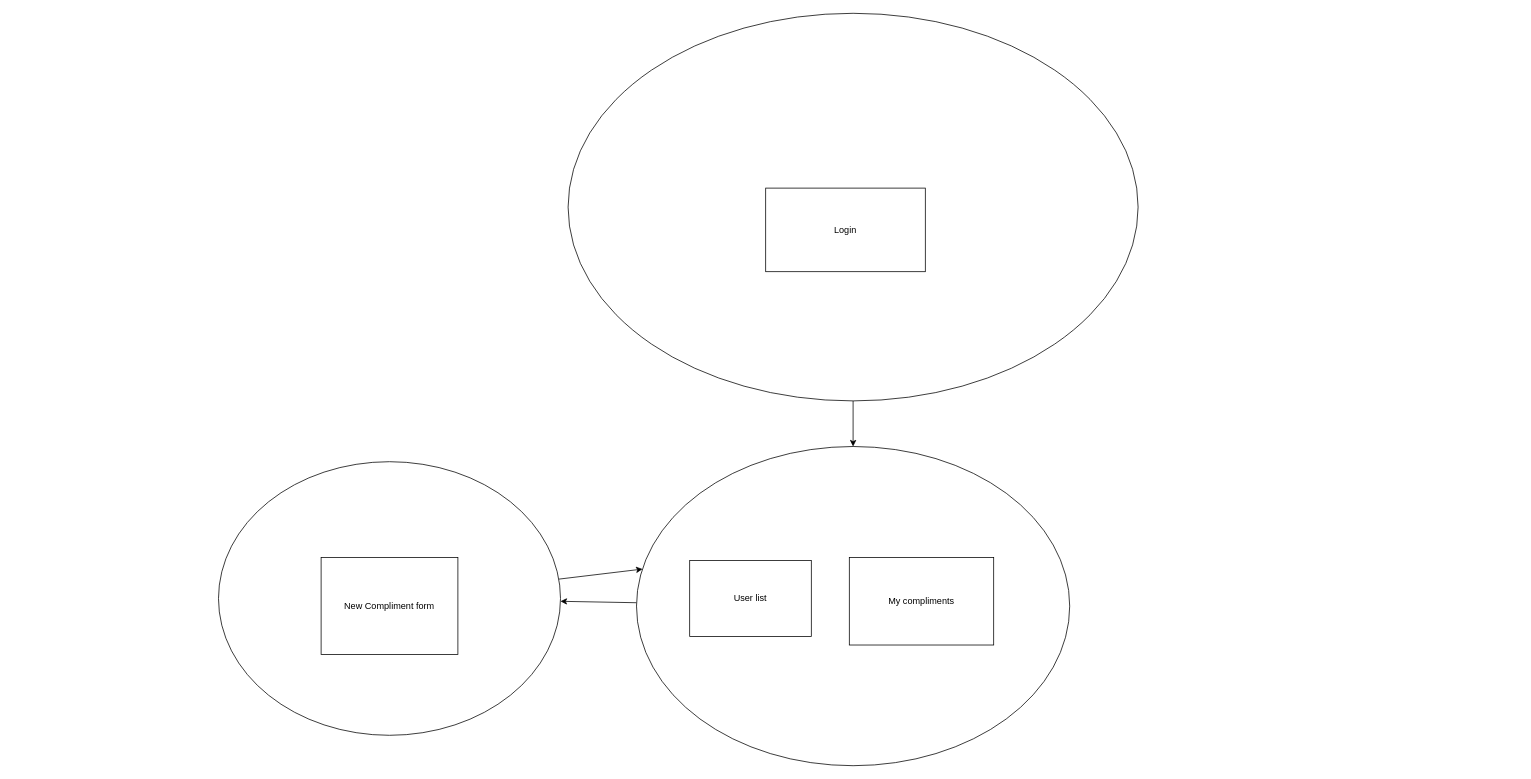
The draw.io diagram drawio.drawio in ekollie/phase-4-project, before the edit. Source tidied: cells renumbered, new cells numbered last; positions are measured from the earlier drawing's top-left corner, leaving out a move shared by most shapes. Both pictures are drawn from the tidied source at 76%, with x=0, y=0 at pixel (218, 13).
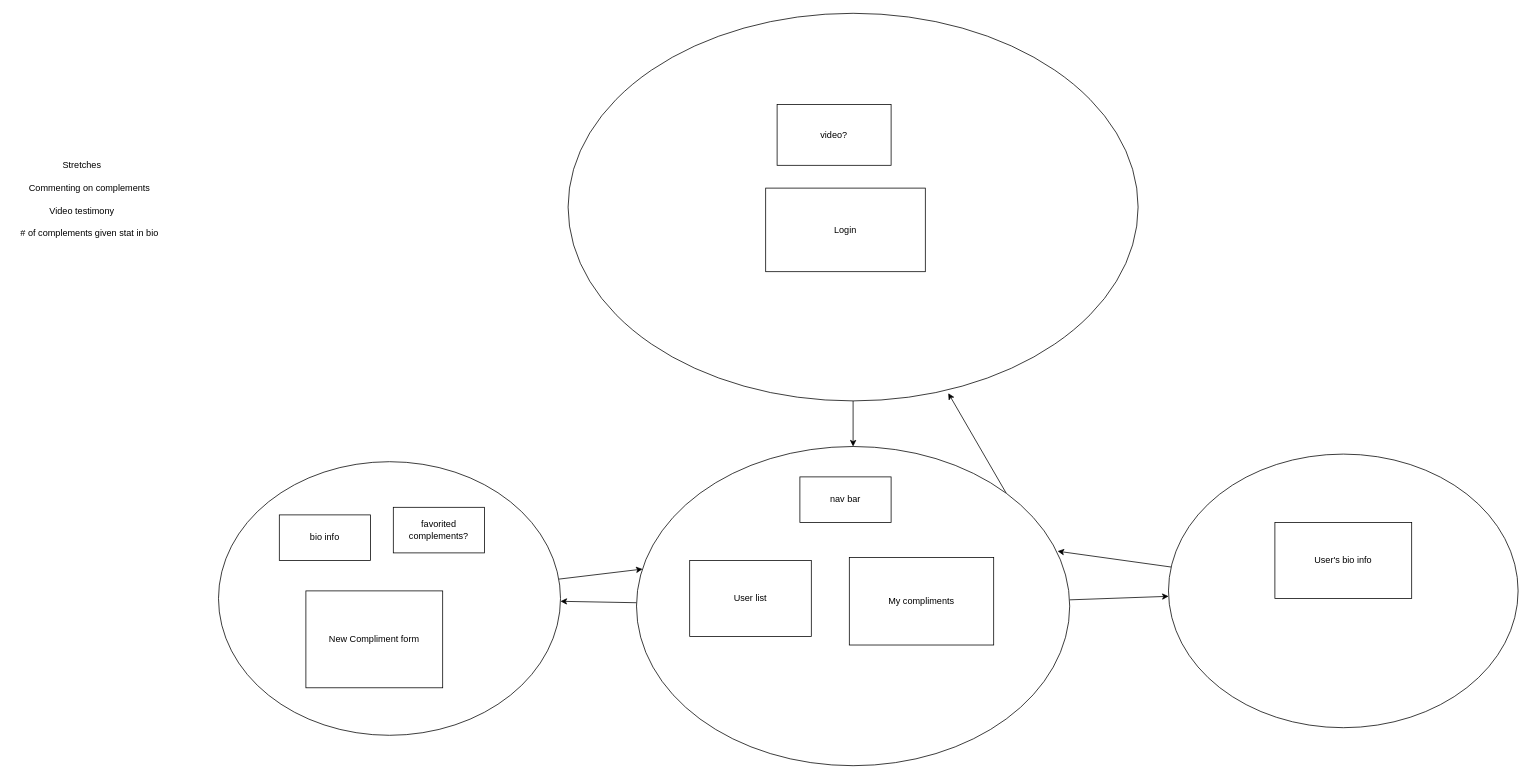
The same diagram, later.

Unchanged cells that the change refers to:
```xml
<mxCell id="3" style="ellipse;whiteSpace=wrap;html=1;" parent="1" vertex="1">
  <mxGeometry x="460" width="750" height="510" as="geometry" />
</mxCell>
<mxCell id="6" style="ellipse;whiteSpace=wrap;html=1;" parent="1" vertex="1">
  <mxGeometry x="550" y="570" width="570" height="420" as="geometry" />
</mxCell>
```

What changed in the source:
```diff
@@
+    <mxCell id="12" style="edgeStyle=none;html=1;exitX=1;exitY=0;exitDx=0;exitDy=0;entryX=0.667;entryY=0.98;entryDx=0;entryDy=0;entryPerimeter=0;" parent="1" edge="1" source="6" target="3">
+      <mxGeometry relative="1" as="geometry" />
+    </mxCell>
+    <mxCell id="13" style="edgeStyle=none;html=1;" parent="1" edge="1" source="6" target="16">
+      <mxGeometry relative="1" as="geometry" />
+    </mxCell>
@@
     <mxCell id="11" value="New Compliment form" style="rounded=0;whiteSpace=wrap;html=1;" parent="1" vertex="1">
-      <mxGeometry x="135" y="716.2" width="180" height="127.5" as="geometry" />
+      <mxGeometry x="115" y="760" width="180" height="127.5" as="geometry" />
     </mxCell>
+    <mxCell id="14" value="video?" style="rounded=0;whiteSpace=wrap;html=1;" parent="1" vertex="1">
+      <mxGeometry x="735" y="120" width="150" height="80" as="geometry" />
+    </mxCell>
+    <mxCell id="15" style="edgeStyle=none;html=1;entryX=0.972;entryY=0.328;entryDx=0;entryDy=0;entryPerimeter=0;" parent="1" edge="1" source="16" target="6">
+      <mxGeometry relative="1" as="geometry" />
+    </mxCell>
+    <mxCell id="16" style="ellipse;whiteSpace=wrap;html=1;" parent="1" vertex="1">
+      <mxGeometry x="1250" y="580" width="460" height="360" as="geometry" />
+    </mxCell>
+    <mxCell id="17" value="User's bio info" style="rounded=0;whiteSpace=wrap;html=1;" parent="1" vertex="1">
+      <mxGeometry x="1390" y="670" width="180" height="100" as="geometry" />
+    </mxCell>
+    <mxCell id="18" value="bio info" style="rounded=0;whiteSpace=wrap;html=1;" parent="1" vertex="1">
+      <mxGeometry x="80" y="660" width="120" height="60" as="geometry" />
+    </mxCell>
+    <mxCell id="19" value="nav bar" style="rounded=0;whiteSpace=wrap;html=1;" parent="1" vertex="1">
+      <mxGeometry x="765" y="610" width="120" height="60" as="geometry" />
+    </mxCell>
+    <mxCell id="20" value="favorited complements?" style="rounded=0;whiteSpace=wrap;html=1;" parent="1" vertex="1">
+      <mxGeometry x="230" y="650" width="120" height="60" as="geometry" />
+    </mxCell>
+    <mxCell id="21" value="Commenting on complements" style="text;html=1;align=center;verticalAlign=middle;strokeColor=none;fillColor=none;" parent="1" vertex="1">
+      <mxGeometry x="-260" y="215" width="180" height="30" as="geometry" />
+    </mxCell>
+    <mxCell id="22" value="Stretches" style="text;html=1;align=center;verticalAlign=middle;strokeColor=none;fillColor=none;" parent="1" vertex="1">
+      <mxGeometry x="-215" y="185" width="70" height="30" as="geometry" />
+    </mxCell>
+    <mxCell id="23" value="Video testimony" style="text;html=1;align=center;verticalAlign=middle;strokeColor=none;fillColor=none;" parent="1" vertex="1">
+      <mxGeometry x="-235" y="245" width="110" height="30" as="geometry" />
+    </mxCell>
+    <mxCell id="24" value="# of complements given stat in bio" style="text;html=1;align=center;verticalAlign=middle;strokeColor=none;fillColor=none;" parent="1" vertex="1">
+      <mxGeometry x="-270" y="275" width="200" height="30" as="geometry" />
+    </mxCell>
```
